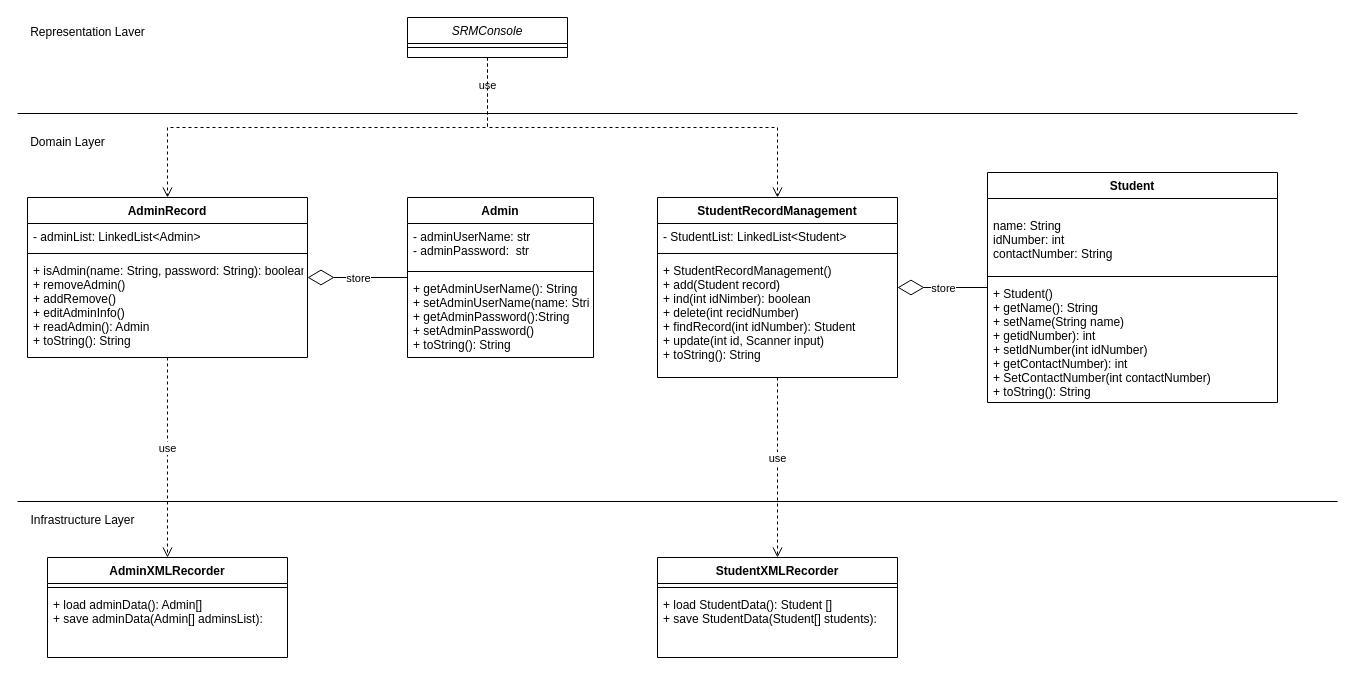
The draw.io diagram Untitled Diagram.drawio in ReggieReo/ReggieReo, before the edit. Source tidied: cells renumbered, new cells numbered last; positions are measured from the earlier drawing's top-left corner, leaving out a move shared by most shapes. Both pictures are drawn from the tidied source at 100%, with x=0, y=0 at pixel (17, 17).
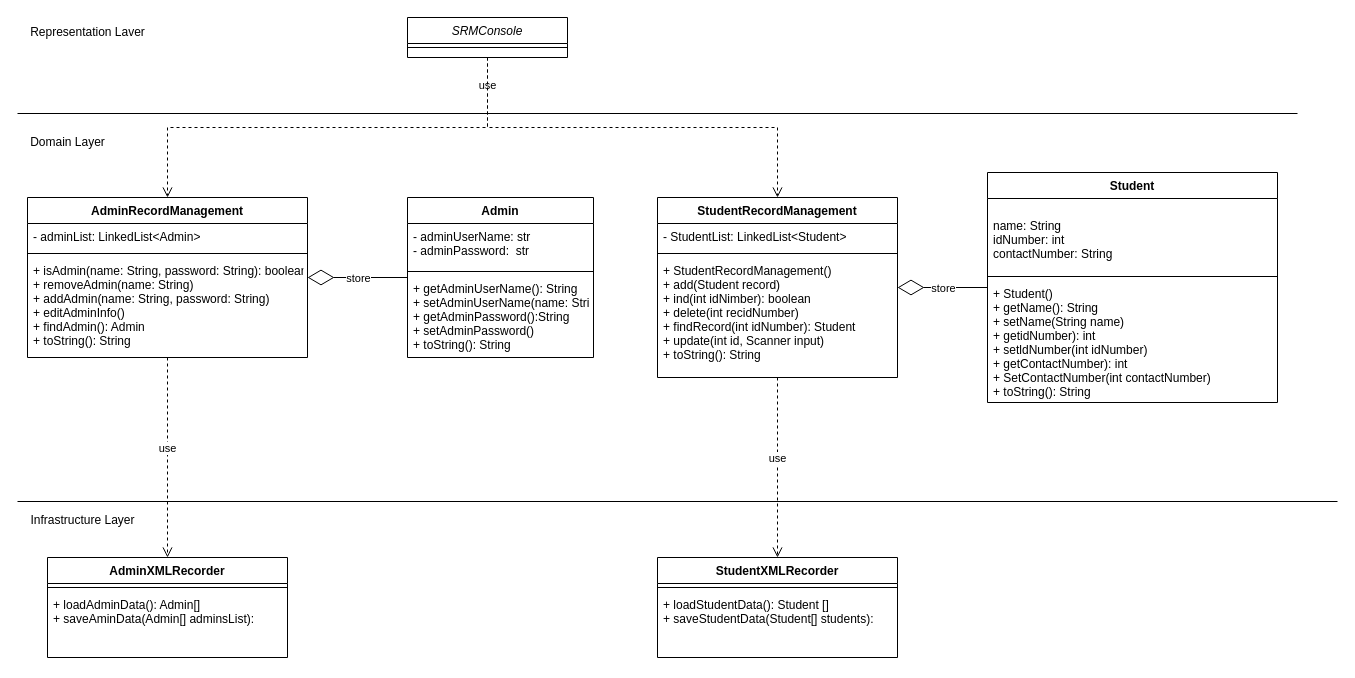
Above is the later version.

The change refers to these unchanged cells:
```xml
<mxCell id="28" value="StudentXMLRecorder" style="swimlane;fontStyle=1;align=center;verticalAlign=top;horizontal=1;startSize=26;" parent="1" vertex="1">
  <mxGeometry x="640" y="540" width="240" height="100" as="geometry" />
</mxCell>
<mxCell id="31" value="AdminXMLRecorder" style="swimlane;fontStyle=1;align=center;verticalAlign=top;horizontal=1;startSize=26;" parent="1" vertex="1">
  <mxGeometry x="30" y="540" width="240" height="100" as="geometry" />
</mxCell>
```

Diff of the diagram source:
```diff
@@
-    <mxCell id="10" value="AdminRecord" style="swimlane;fontStyle=1;align=center;verticalAlign=top;horizontal=1;startSize=26;" parent="1" vertex="1">
+    <mxCell id="10" value="AdminRecordManagement" style="swimlane;fontStyle=1;align=center;verticalAlign=top;horizontal=1;startSize=26;" parent="1" vertex="1">
       <mxGeometry x="10" y="180" width="280" height="160" as="geometry" />
     </mxCell>
@@
-    <mxCell id="13" value="+ isAdmin(name: String, password: String): boolean&#10;+ removeAdmin() &#10;+ addRemove()&#10;+ editAdminInfo()&#10;+ readAdmin(): Admin&#10;+ toString(): String" style="text;strokeColor=none;fillColor=none;align=left;verticalAlign=top;spacingLeft=4;spacingRight=4;overflow=hidden;" parent="10" vertex="1">
+    <mxCell id="13" value="+ isAdmin(name: String, password: String): boolean&#10;+ removeAdmin(name: String) &#10;+ addAdmin(name: String, password: String)&#10;+ editAdminInfo()&#10;+ findAdmin(): Admin&#10;+ toString(): String" style="text;strokeColor=none;fillColor=none;align=left;verticalAlign=top;spacingLeft=4;spacingRight=4;overflow=hidden;" parent="10" vertex="1">
       <mxGeometry y="60" width="280" height="100" as="geometry" />
     </mxCell>
@@
-    <mxCell id="30" value="+ load StudentData(): Student []&#10;+ save StudentData(Student[] students):" style="text;strokeColor=none;fillColor=none;align=left;verticalAlign=top;spacingLeft=4;spacingRight=4;overflow=hidden;" parent="28" vertex="1">
+    <mxCell id="30" value="+ loadStudentData(): Student []&#10;+ saveStudentData(Student[] students):" style="text;strokeColor=none;fillColor=none;align=left;verticalAlign=top;spacingLeft=4;spacingRight=4;overflow=hidden;" parent="28" vertex="1">
       <mxGeometry y="34" width="240" height="66" as="geometry" />
     </mxCell>
@@
-    <mxCell id="33" value="+ load adminData(): Admin[]&#10;+ save adminData(Admin[] adminsList):" style="text;strokeColor=none;fillColor=none;align=left;verticalAlign=top;spacingLeft=4;spacingRight=4;overflow=hidden;" parent="31" vertex="1">
+    <mxCell id="33" value="+ loadAdminData(): Admin[]&#10;+ saveAminData(Admin[] adminsList):" style="text;strokeColor=none;fillColor=none;align=left;verticalAlign=top;spacingLeft=4;spacingRight=4;overflow=hidden;" parent="31" vertex="1">
       <mxGeometry y="34" width="240" height="66" as="geometry" />
     </mxCell>
```
